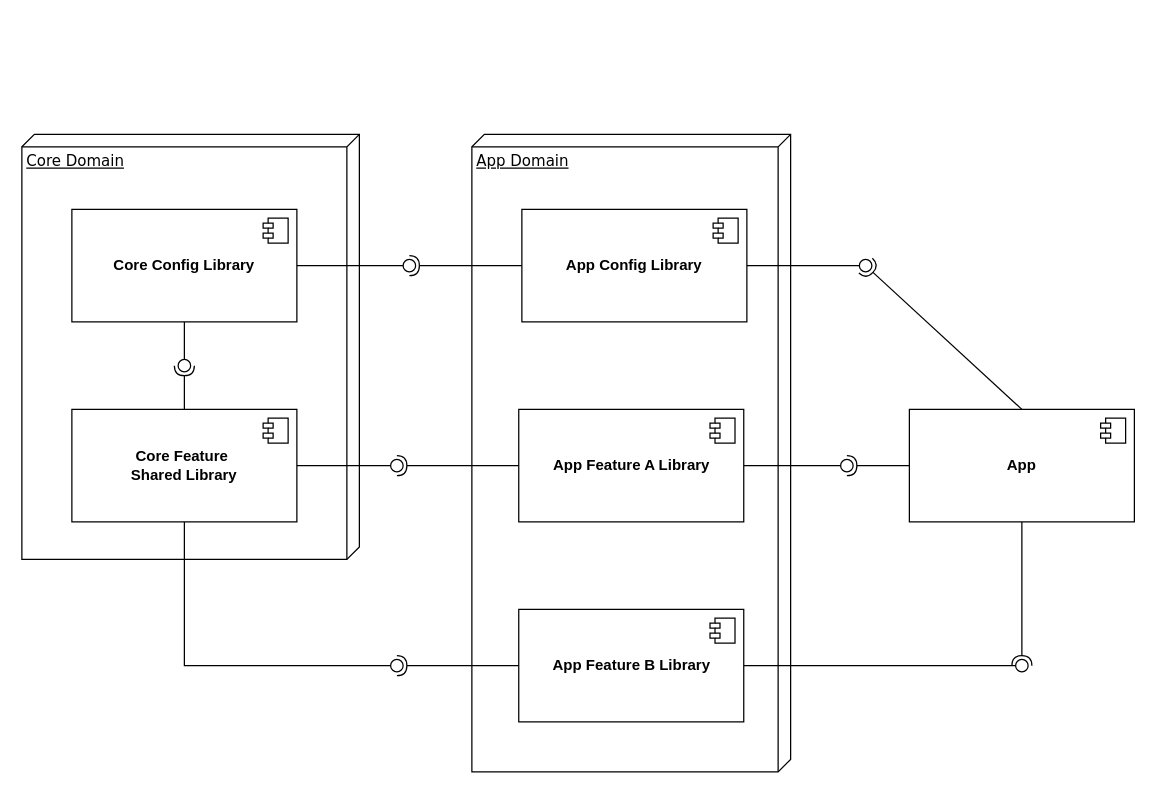
Above: Best Practice/monorepo-component-diagram.drawio in fadlurahmanfdev/draw_io (draw.io), before the change. Source tidied: cells renumbered, new cells numbered last; positions are measured from the earlier drawing's top-left corner, leaving out a move shared by most shapes. Both pictures are drawn from the tidied source at 125%, with x=0, y=0 at pixel (21, 134).
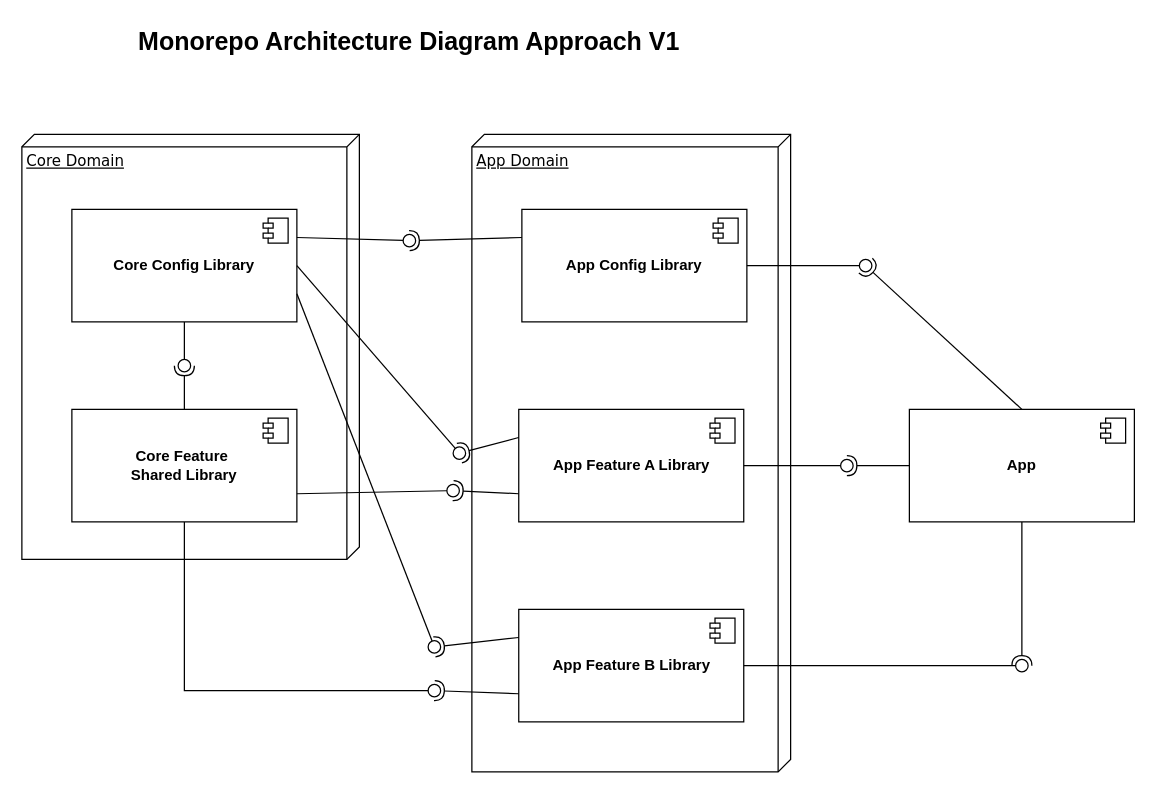
The same page after the edit.

Unchanged cells that the change refers to:
```xml
<mxCell id="3" value="&lt;b&gt;Core Config Library&lt;/b&gt;" style="html=1;whiteSpace=wrap;rotation=0;" parent="1" vertex="1">
  <mxGeometry x="40" y="60" width="180" height="90" as="geometry" />
</mxCell>
<mxCell id="5" value="&lt;b&gt;Core Feature&amp;nbsp;&lt;/b&gt;&lt;div&gt;&lt;b&gt;Shared Library&lt;/b&gt;&lt;/div&gt;" style="html=1;whiteSpace=wrap;" parent="1" vertex="1">
  <mxGeometry x="40" y="220" width="180" height="90" as="geometry" />
</mxCell>
<mxCell id="9" value="&lt;b&gt;App Feature A Library&lt;/b&gt;" style="html=1;whiteSpace=wrap;" parent="1" vertex="1">
  <mxGeometry x="397.5" y="220" width="180" height="90" as="geometry" />
</mxCell>
<mxCell id="12" value="&lt;b&gt;App Feature B Library&lt;/b&gt;" style="html=1;whiteSpace=wrap;" parent="1" vertex="1">
  <mxGeometry x="397.5" y="380" width="180" height="90" as="geometry" />
</mxCell>
<mxCell id="28" style="ellipse;whiteSpace=wrap;html=1;align=center;fillColor=none;strokeColor=none;perimeter=centerPerimeter;points=[];outlineConnect=1;" parent="1" vertex="1">
  <mxGeometry x="295" y="260" width="10" height="10" as="geometry" />
</mxCell>
<mxCell id="31" style="ellipse;whiteSpace=wrap;html=1;align=center;fillColor=none;strokeColor=none;perimeter=centerPerimeter;points=[];outlineConnect=1;" parent="1" vertex="1">
  <mxGeometry x="295" y="420" width="10" height="10" as="geometry" />
</mxCell>
<mxCell id="36" value="&lt;b&gt;App Config Library&lt;/b&gt;" style="html=1;whiteSpace=wrap;rotation=0;" parent="1" vertex="1">
  <mxGeometry x="400" y="60" width="180" height="90" as="geometry" />
</mxCell>
<mxCell id="44" style="ellipse;whiteSpace=wrap;html=1;align=center;fillColor=none;strokeColor=none;perimeter=centerPerimeter;points=[];outlineConnect=1;" parent="1" vertex="1">
  <mxGeometry x="305" y="100" width="10" height="10" as="geometry" />
</mxCell>
```

Diff of the diagram source:
```diff
@@
-    <mxCell id="26" style="rounded=0;jettySize=auto;html=1;endArrow=halfCircle;endFill=0;endSize=6;strokeWidth=1;sketch=0;exitX=0;exitY=0.5;exitDx=0;exitDy=0;" parent="1" edge="1" source="9" target="28">
-      <mxGeometry relative="1" as="geometry" />
-    </mxCell>
-    <mxCell id="27" style="rounded=0;jettySize=auto;html=1;endArrow=oval;endFill=0;sketch=0;sourcePerimeterSpacing=0;targetPerimeterSpacing=0;endSize=10;exitX=1;exitY=0.5;exitDx=0;exitDy=0;" parent="1" edge="1" source="5" target="28">
-      <mxGeometry relative="1" as="geometry" />
-    </mxCell>
@@
-    <mxCell id="29" style="rounded=0;jettySize=auto;html=1;endArrow=halfCircle;endFill=0;endSize=6;strokeWidth=1;sketch=0;exitX=0;exitY=0.5;exitDx=0;exitDy=0;" parent="1" edge="1" source="12" target="31">
-      <mxGeometry relative="1" as="geometry" />
-    </mxCell>
-    <mxCell id="30" style="rounded=0;jettySize=auto;html=1;endArrow=oval;endFill=0;sketch=0;sourcePerimeterSpacing=0;targetPerimeterSpacing=0;endSize=10;exitX=0.5;exitY=1;exitDx=0;exitDy=0;" parent="1" edge="1" source="5" target="31">
-      <mxGeometry relative="1" as="geometry">
-        <Array as="points">
-          <mxPoint x="130" y="425" />
-        </Array>
-      </mxGeometry>
-    </mxCell>
@@
-    <mxCell id="42" style="rounded=0;jettySize=auto;html=1;endArrow=halfCircle;endFill=0;endSize=6;strokeWidth=1;sketch=0;exitX=0;exitY=0.5;exitDx=0;exitDy=0;" parent="1" edge="1" source="36" target="44">
-      <mxGeometry relative="1" as="geometry" />
-    </mxCell>
-    <mxCell id="43" style="rounded=0;jettySize=auto;html=1;endArrow=oval;endFill=0;sketch=0;sourcePerimeterSpacing=0;targetPerimeterSpacing=0;endSize=10;exitX=1;exitY=0.5;exitDx=0;exitDy=0;" parent="1" edge="1" source="3" target="44">
-      <mxGeometry relative="1" as="geometry" />
-    </mxCell>
@@
+    <mxCell id="55" style="ellipse;whiteSpace=wrap;html=1;align=center;fillColor=none;strokeColor=none;perimeter=centerPerimeter;" parent="1" vertex="1">
+      <mxGeometry x="290" y="280" width="10" height="10" as="geometry" />
+    </mxCell>
+    <mxCell id="56" style="ellipse;whiteSpace=wrap;html=1;align=center;fillColor=none;strokeColor=none;perimeter=centerPerimeter;" parent="1" vertex="1">
+      <mxGeometry x="355" y="250" width="10" height="10" as="geometry" />
+    </mxCell>
+    <mxCell id="57" style="rounded=0;jettySize=auto;html=1;endArrow=halfCircle;endFill=0;endSize=6;strokeWidth=1;sketch=0;exitX=0;exitY=0.25;exitDx=0;exitDy=0;" parent="1" edge="1" source="9" target="59">
+      <mxGeometry relative="1" as="geometry" />
+    </mxCell>
+    <mxCell id="58" style="rounded=0;jettySize=auto;html=1;endArrow=oval;endFill=0;sketch=0;sourcePerimeterSpacing=0;targetPerimeterSpacing=0;endSize=10;exitX=1;exitY=0.5;exitDx=0;exitDy=0;" parent="1" edge="1" source="3" target="59">
+      <mxGeometry relative="1" as="geometry" />
+    </mxCell>
+    <mxCell id="59" style="ellipse;whiteSpace=wrap;html=1;align=center;fillColor=none;strokeColor=none;perimeter=centerPerimeter;points=[];outlineConnect=1;" parent="1" vertex="1">
+      <mxGeometry x="345" y="250" width="10" height="10" as="geometry" />
+    </mxCell>
+    <mxCell id="60" style="rounded=0;jettySize=auto;html=1;endArrow=halfCircle;endFill=0;endSize=6;strokeWidth=1;sketch=0;exitX=0;exitY=0.75;exitDx=0;exitDy=0;" parent="1" edge="1" source="12" target="62">
+      <mxGeometry relative="1" as="geometry" />
+    </mxCell>
+    <mxCell id="61" style="rounded=0;jettySize=auto;html=1;endArrow=oval;endFill=0;sketch=0;sourcePerimeterSpacing=0;targetPerimeterSpacing=0;endSize=10;exitX=0.5;exitY=1;exitDx=0;exitDy=0;" parent="1" edge="1" source="5" target="62">
+      <mxGeometry relative="1" as="geometry">
+        <Array as="points">
+          <mxPoint x="130" y="445" />
+        </Array>
+      </mxGeometry>
+    </mxCell>
+    <mxCell id="62" style="ellipse;whiteSpace=wrap;html=1;align=center;fillColor=none;strokeColor=none;perimeter=centerPerimeter;points=[];outlineConnect=1;" parent="1" vertex="1">
+      <mxGeometry x="325" y="440" width="10" height="10" as="geometry" />
+    </mxCell>
+    <mxCell id="63" style="rounded=0;jettySize=auto;html=1;endArrow=halfCircle;endFill=0;endSize=6;strokeWidth=1;sketch=0;exitX=0;exitY=0.25;exitDx=0;exitDy=0;" parent="1" edge="1" source="12" target="65">
+      <mxGeometry relative="1" as="geometry" />
+    </mxCell>
+    <mxCell id="64" style="rounded=0;jettySize=auto;html=1;endArrow=oval;endFill=0;sketch=0;sourcePerimeterSpacing=0;targetPerimeterSpacing=0;endSize=10;exitX=1;exitY=0.75;exitDx=0;exitDy=0;" parent="1" edge="1" source="3" target="65">
+      <mxGeometry relative="1" as="geometry" />
+    </mxCell>
+    <mxCell id="65" style="ellipse;whiteSpace=wrap;html=1;align=center;fillColor=none;strokeColor=none;perimeter=centerPerimeter;points=[];outlineConnect=1;" parent="1" vertex="1">
+      <mxGeometry x="325" y="405" width="10" height="10" as="geometry" />
+    </mxCell>
+    <mxCell id="66" style="rounded=0;jettySize=auto;html=1;endArrow=halfCircle;endFill=0;endSize=6;strokeWidth=1;sketch=0;exitX=0;exitY=0.75;exitDx=0;exitDy=0;" parent="1" edge="1" source="9" target="68">
+      <mxGeometry relative="1" as="geometry" />
+    </mxCell>
+    <mxCell id="67" style="rounded=0;jettySize=auto;html=1;endArrow=oval;endFill=0;sketch=0;sourcePerimeterSpacing=0;targetPerimeterSpacing=0;endSize=10;exitX=1;exitY=0.75;exitDx=0;exitDy=0;" parent="1" edge="1" source="5" target="68">
+      <mxGeometry relative="1" as="geometry" />
+    </mxCell>
+    <mxCell id="68" style="ellipse;whiteSpace=wrap;html=1;align=center;fillColor=none;strokeColor=none;perimeter=centerPerimeter;points=[];outlineConnect=1;" parent="1" vertex="1">
+      <mxGeometry x="340" y="280" width="10" height="10" as="geometry" />
+    </mxCell>
+    <mxCell id="69" style="rounded=0;jettySize=auto;html=1;endArrow=halfCircle;endFill=0;endSize=6;strokeWidth=1;sketch=0;exitX=0;exitY=0.25;exitDx=0;exitDy=0;" parent="1" edge="1" source="36" target="71">
+      <mxGeometry relative="1" as="geometry" />
+    </mxCell>
+    <mxCell id="70" style="rounded=0;jettySize=auto;html=1;endArrow=oval;endFill=0;sketch=0;sourcePerimeterSpacing=0;targetPerimeterSpacing=0;endSize=10;exitX=1;exitY=0.25;exitDx=0;exitDy=0;" parent="1" edge="1" source="3" target="71">
+      <mxGeometry relative="1" as="geometry" />
+    </mxCell>
+    <mxCell id="71" style="ellipse;whiteSpace=wrap;html=1;align=center;fillColor=none;strokeColor=none;perimeter=centerPerimeter;points=[];outlineConnect=1;" parent="1" vertex="1">
+      <mxGeometry x="305" y="80" width="10" height="10" as="geometry" />
+    </mxCell>
+    <mxCell id="72" value="&lt;font style=&quot;font-size: 20px;&quot;&gt;&lt;b&gt;Monorepo Architecture Diagram Approach V1&lt;/b&gt;&lt;/font&gt;" style="text;html=1;align=center;verticalAlign=middle;whiteSpace=wrap;rounded=0;" parent="1" vertex="1">
+      <mxGeometry x="75" y="-90" width="470" height="30" as="geometry" />
+    </mxCell>
```
